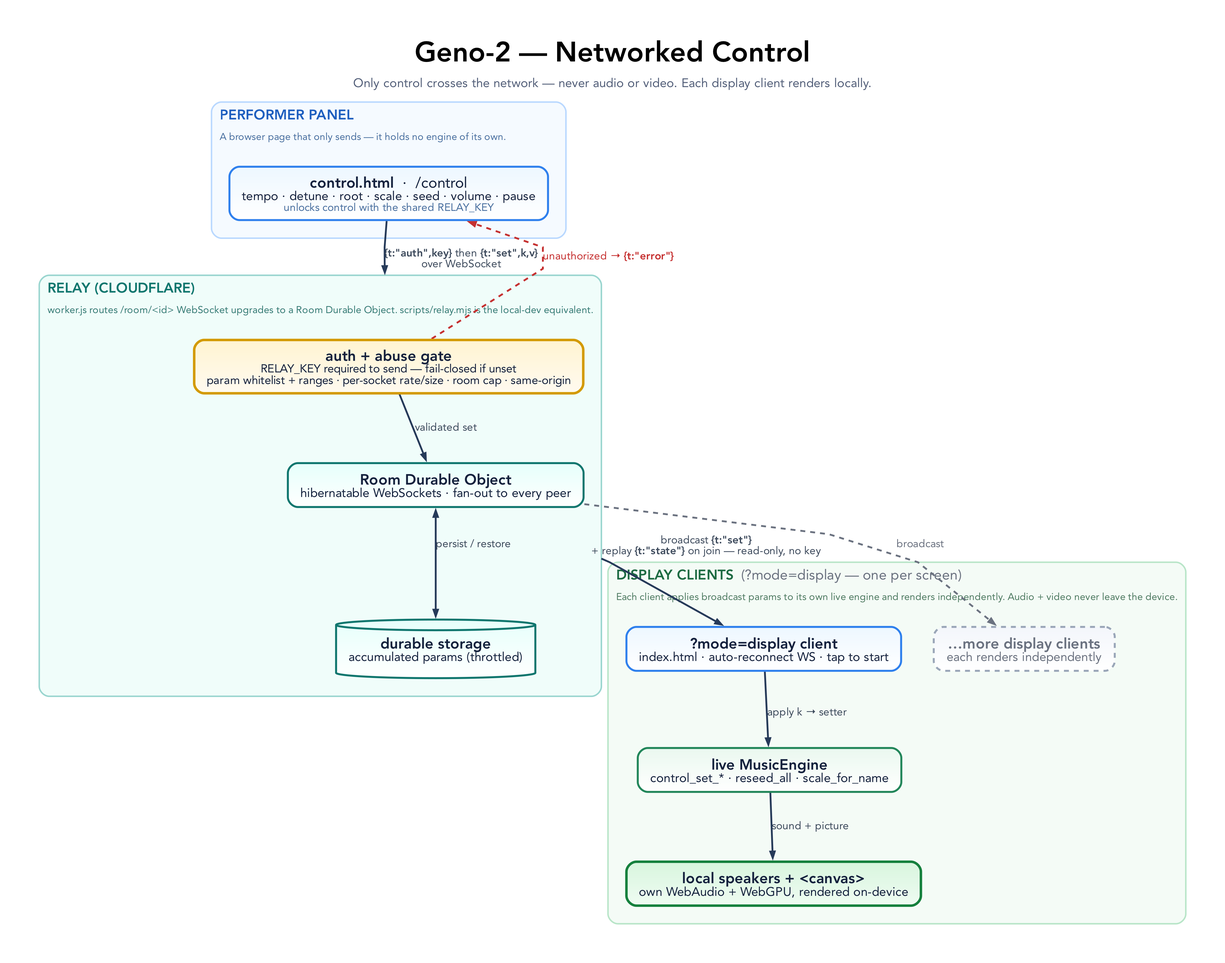
tre-systems/geno-2 keeps this Graphviz diagram as docs/diagrams/networked-control.png. Above is the earlier version. Its source is kept beside it as docs/diagrams/networked-control.dot.
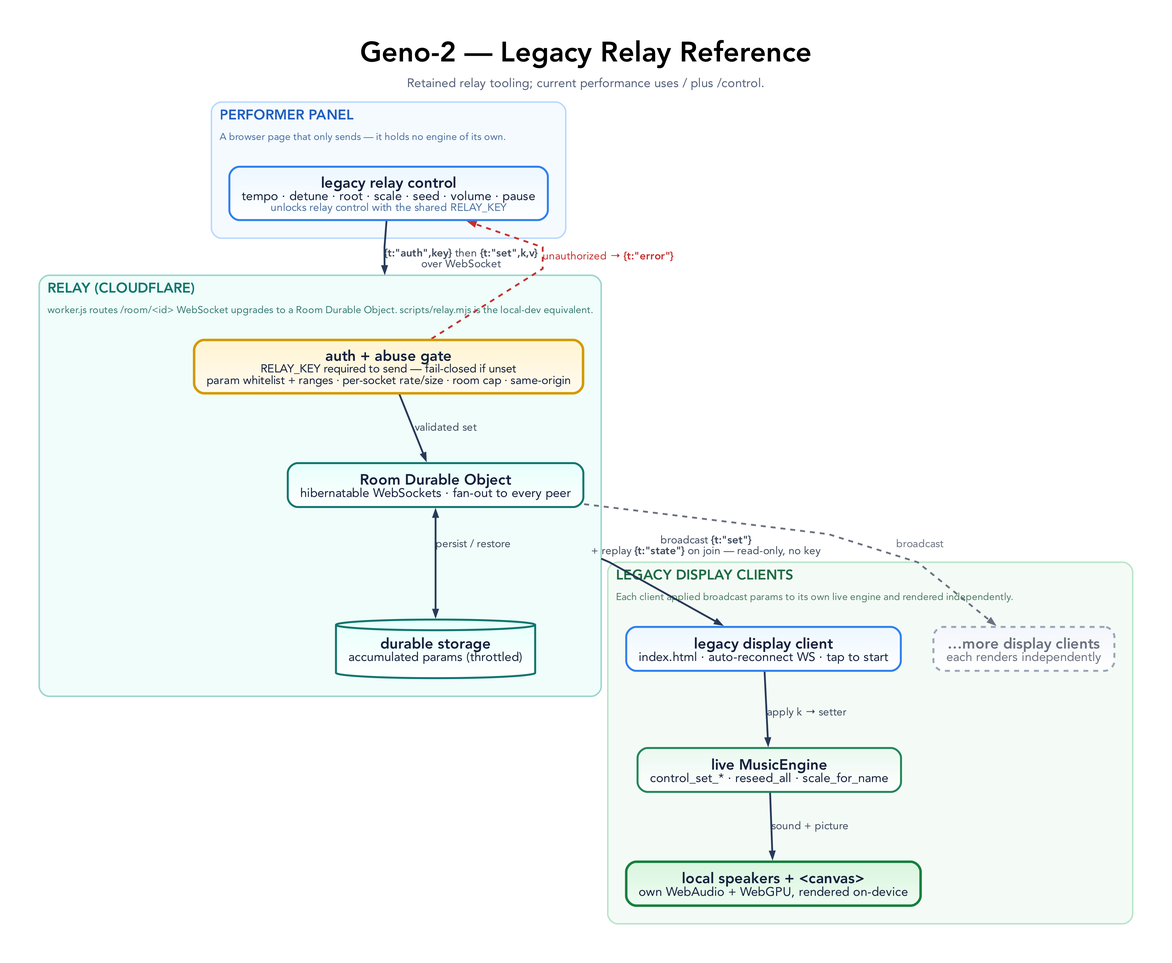
The same diagram one commit later.

Change to the diagram source:
```diff
@@ -13,8 +13,8 @@
     fontname="Avenir",
     label=<
       <TABLE BORDER="0" CELLBORDER="0" CELLSPACING="0" CELLPADDING="0">
-        <TR><TD><FONT POINT-SIZE="34"><B>Geno-2 — Networked Control</B></FONT></TD></TR>
-        <TR><TD><FONT POINT-SIZE="15" COLOR="#54607a">Only control crosses the network — never audio or video. Each display client renders locally.</FONT></TD></TR>
+        <TR><TD><FONT POINT-SIZE="34"><B>Geno-2 — Legacy Relay Reference</B></FONT></TD></TR>
+        <TR><TD><FONT POINT-SIZE="15" COLOR="#54607a">Retained relay tooling; current performance uses / plus /control.</FONT></TD></TR>
       </TABLE>
     >,
     labelloc=t,
@@ -57,7 +57,7 @@
       labelloc=t, labeljust=l,
       color="#b9d8ff", fillcolor="#f5faff", style="rounded,filled", penwidth=1.8, margin=22
     ];
-    P1 [label=<<B>control.html</B>  ·  /control<BR/><FONT POINT-SIZE="15">tempo · detune · root · scale · seed · volume · pause</FONT><BR/><FONT POINT-SIZE="13" COLOR="#496f9f">unlocks control with the shared RELAY_KEY</FONT>>, fillcolor="#edf7ff:#ffffff", color="#2f80ed"];
+    P1 [label=<<B>legacy relay control</B><BR/><FONT POINT-SIZE="15">tempo · detune · root · scale · seed · volume · pause</FONT><BR/><FONT POINT-SIZE="13" COLOR="#496f9f">unlocks relay control with the shared RELAY_KEY</FONT>>, fillcolor="#edf7ff:#ffffff", color="#2f80ed"];
   }
 
   subgraph cluster_relay {
@@ -82,14 +82,14 @@
     graph [
       label=<
         <TABLE BORDER="0" CELLBORDER="0" CELLSPACING="0" CELLPADDING="2">
-          <TR><TD ALIGN="LEFT"><FONT POINT-SIZE="17" COLOR="#1e6b43"><B>DISPLAY CLIENTS</B>  <FONT COLOR="#6b7280">(?mode=display — one per screen)</FONT></FONT></TD></TR>
-          <TR><TD ALIGN="LEFT"><FONT POINT-SIZE="12" COLOR="#4e7a61">Each client applies broadcast params to its own live engine and renders independently. Audio + video never leave the device.</FONT></TD></TR>
+          <TR><TD ALIGN="LEFT"><FONT POINT-SIZE="17" COLOR="#1e6b43"><B>LEGACY DISPLAY CLIENTS</B></FONT></TD></TR>
+          <TR><TD ALIGN="LEFT"><FONT POINT-SIZE="12" COLOR="#4e7a61">Each client applied broadcast params to its own live engine and rendered independently.</FONT></TD></TR>
         </TABLE>
       >,
       labelloc=t, labeljust=l,
       color="#b8e5c8", fillcolor="#f4fbf6", style="rounded,filled", penwidth=1.8, margin=22
     ];
-    D1 [label=<<B>?mode=display client</B><BR/><FONT POINT-SIZE="15">index.html · auto-reconnect WS · tap to start</FONT>>, fillcolor="#edf7ff:#ffffff", color="#2f80ed"];
+    D1 [label=<<B>legacy display client</B><BR/><FONT POINT-SIZE="15">index.html · auto-reconnect WS · tap to start</FONT>>, fillcolor="#edf7ff:#ffffff", color="#2f80ed"];
     D2 [label=<<B>live MusicEngine</B><BR/><FONT POINT-SIZE="15">control_set_* · reseed_all · scale_for_name</FONT>>, fillcolor="#eaf8ef:#ffffff", color="#22865a"];
     D3 [label=<<B>local speakers + &lt;canvas&gt;</B><BR/><FONT POINT-SIZE="15">own WebAudio + WebGPU, rendered on-device</FONT>>, fillcolor="#d8f5de:#effcf2", color="#15803d", penwidth=3.0];
     DMORE [label=<<B>…more display clients</B><BR/><FONT POINT-SIZE="15">each renders independently</FONT>>, fillcolor="#f3f6fb:#ffffff", color="#9aa6b8", fontcolor="#6b7280", style="rounded,filled,dashed"];
```
